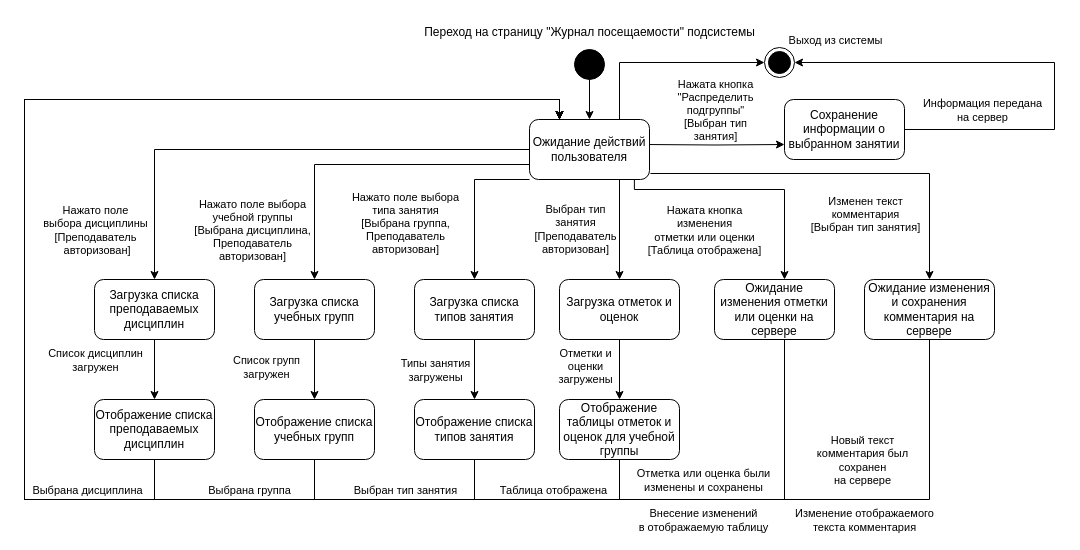
The draw.io diagram page "журнал" (1 of 3) of ВКР/drawio/Состояния_и_переходов.drawio in kuskas112/Labs, before the edit. Source tidied: cells renumbered, new cells numbered last; positions are measured from the earlier drawing's top-left corner, leaving out a move shared by most shapes. Both pictures are drawn from the tidied source at 100%, with x=0, y=0 at pixel (24, 17).
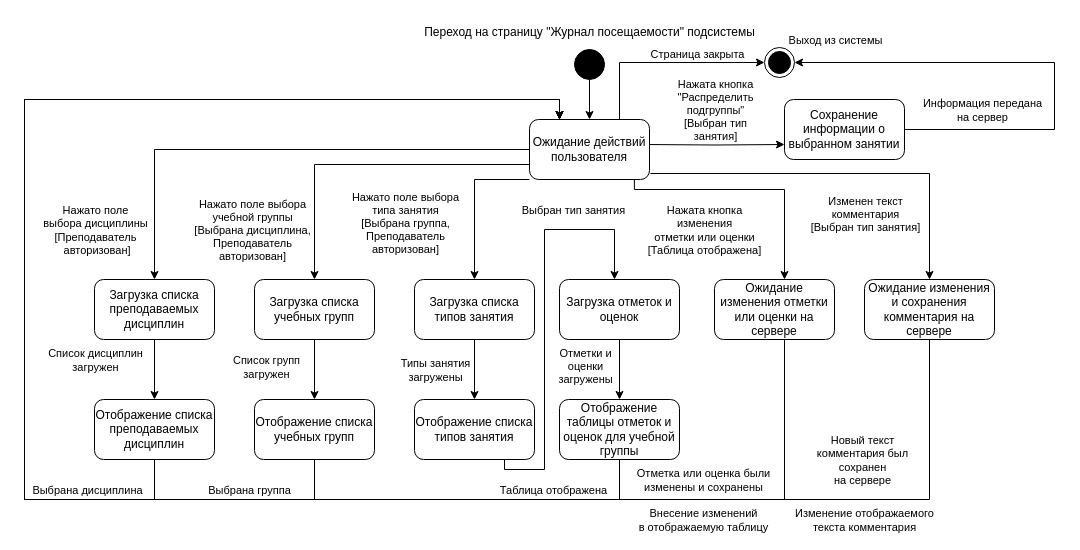
The same diagram, later.

The change refers to these unchanged cells:
```xml
<mxCell id="16" value="Ожидание действий пользователя" style="rounded=1;whiteSpace=wrap;html=1;" parent="1" vertex="1">
  <mxGeometry x="505" y="102" width="120" height="60" as="geometry" />
</mxCell>
<mxCell id="38" value="Отображение списка типов занятия" style="rounded=1;whiteSpace=wrap;html=1;" parent="1" vertex="1">
  <mxGeometry x="390" y="382" width="120" height="60" as="geometry" />
</mxCell>
<mxCell id="41" value="Загрузка отметок и оценок" style="rounded=1;whiteSpace=wrap;html=1;" parent="1" vertex="1">
  <mxGeometry x="535" y="262" width="120" height="60" as="geometry" />
</mxCell>
```

The edit, as a diff of the source:
```diff
@@
-    <mxCell id="8" style="edgeStyle=orthogonalEdgeStyle;rounded=0;jettySize=auto;html=1;exitX=0.75;exitY=1;exitDx=0;exitDy=0;" parent="1" edge="1" source="16" target="41">
-      <mxGeometry relative="1" as="geometry" />
-    </mxCell>
-    <mxCell id="9" value="Выбран тип &lt;br&gt;занятия &lt;br&gt;[Преподаватель &lt;br&gt;авторизован]" style="edgeLabel;html=1;align=center;verticalAlign=middle;" parent="8" vertex="1">
-      <mxGeometry x="-0.02" y="-1" relative="1" as="geometry">
-        <mxPoint x="-44" as="offset" />
-      </mxGeometry>
-    </mxCell>
@@
-    <mxCell id="36" style="edgeStyle=orthogonalEdgeStyle;rounded=0;jettySize=auto;html=1;entryX=0.25;entryY=0;entryDx=0;entryDy=0;" parent="1" edge="1" source="38" target="16">
+    <mxCell id="36" style="edgeStyle=orthogonalEdgeStyle;rounded=0;jettySize=auto;html=1;exitX=0.75;exitY=1;exitDx=0;exitDy=0;" parent="1" edge="1" source="38" target="41">
       <mxGeometry relative="1" as="geometry">
         <Array as="points">
-          <mxPoint x="450" y="482" />
-          <mxPoint y="482" />
-          <mxPoint y="82" />
-          <mxPoint x="535" y="82" />
+          <mxPoint x="480" y="452" />
+          <mxPoint x="520" y="452" />
+          <mxPoint x="520" y="212" />
+          <mxPoint x="590" y="212" />
         </Array>
       </mxGeometry>
     </mxCell>
     <mxCell id="37" value="Выбран тип занятия" style="edgeLabel;html=1;align=center;verticalAlign=middle;" parent="36" vertex="1">
       <mxGeometry x="-0.83" y="-3" relative="1" as="geometry">
-        <mxPoint x="13" y="-7" as="offset" />
+        <mxPoint x="43" y="-263" as="offset" />
       </mxGeometry>
     </mxCell>
@@
+    <mxCell id="58" value="Страница закрыта" style="edgeLabel;html=1;align=center;verticalAlign=middle;" parent="1" vertex="1">
+      <mxGeometry x="700" y="60" as="geometry">
+        <mxPoint x="-28" y="-24" as="offset" />
+      </mxGeometry>
+    </mxCell>
```
